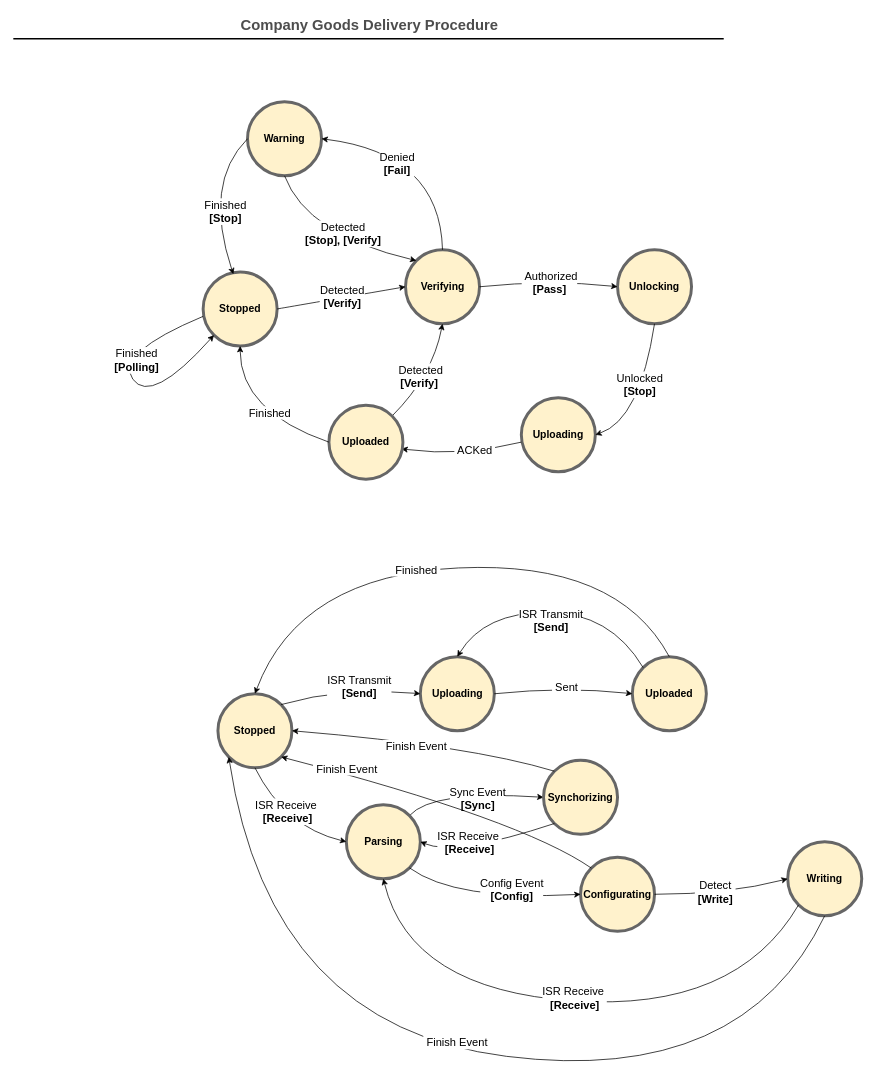
trieu1162000/AESD keeps this draw.io diagram as Docs/overallStateMachine.drawio. Above is the earlier version. Source tidied: cells renumbered, new cells numbered last; positions are measured from the earlier drawing's top-left corner, leaving out a move shared by most shapes. Both pictures are drawn from the tidied source at 74%, with x=0, y=0 at pixel (13, 13).
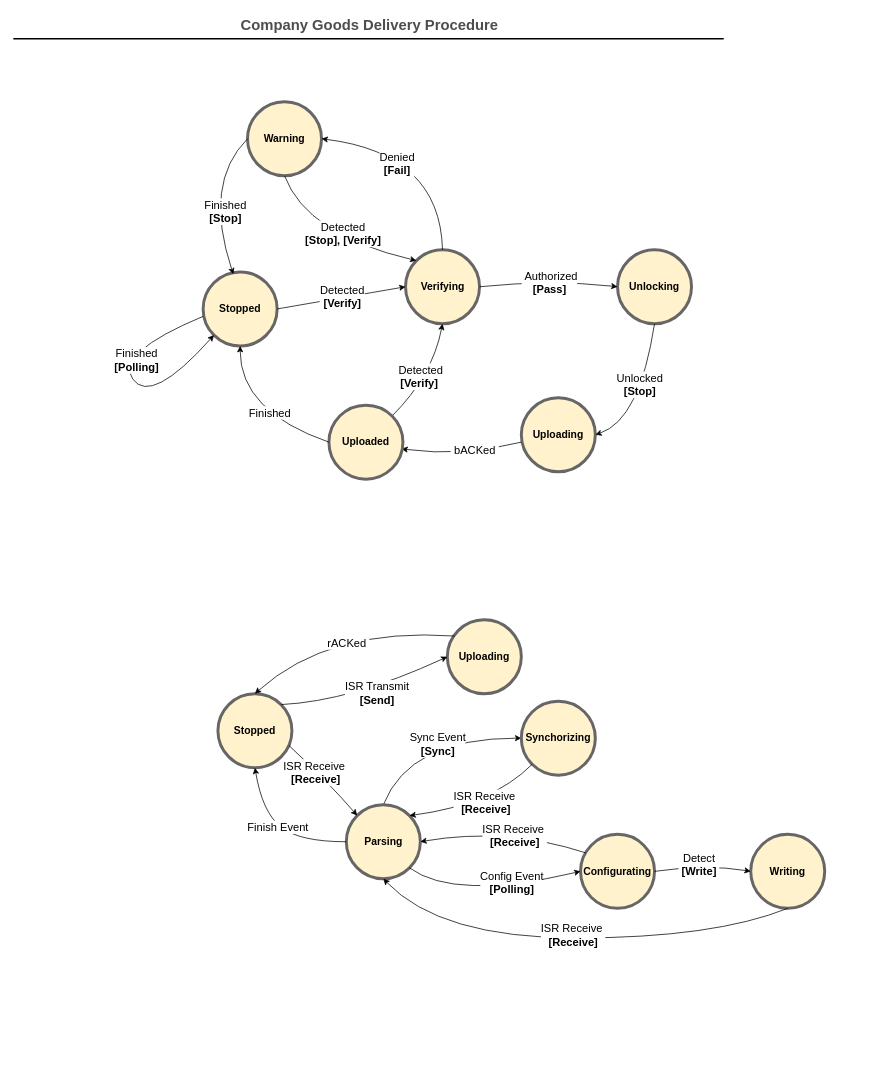
Above is the later version.

The change refers to these unchanged cells:
```xml
<mxCell id="19" style="curved=1;endArrow=classic;html=1;rounded=0;exitX=0;exitY=0.6;exitDx=0;exitDy=0;entryX=0.98;entryY=0.59;entryDx=0;entryDy=0;exitPerimeter=0;entryPerimeter=0;" parent="1" edge="1" source="5" target="60">
  <mxGeometry relative="1" as="geometry">
    <Array as="points">
      <mxPoint x="606" y="600" />
    </Array>
  </mxGeometry>
</mxCell>
<mxCell id="27" value="&lt;font style=&quot;font-size: 14px;&quot;&gt;&lt;b&gt;Stopped&lt;/b&gt;&lt;/font&gt;" style="ellipse;whiteSpace=wrap;html=1;strokeWidth=4;fillColor=#fff2cc;strokeColor=#666666;" parent="1" vertex="1">
  <mxGeometry x="276" y="920" width="100" height="100" as="geometry" />
</mxCell>
<mxCell id="38" value="&lt;span style=&quot;font-size: 14px;&quot;&gt;&lt;b&gt;Parsing&lt;/b&gt;&lt;/span&gt;" style="ellipse;whiteSpace=wrap;html=1;strokeWidth=4;fillColor=#fff2cc;strokeColor=#666666;" parent="1" vertex="1">
  <mxGeometry x="449.5" y="1070" width="100" height="100" as="geometry" />
</mxCell>
<mxCell id="43" style="curved=1;endArrow=classic;html=1;rounded=0;exitX=1;exitY=1;exitDx=0;exitDy=0;entryX=0;entryY=0.5;entryDx=0;entryDy=0;" parent="1" edge="1" source="38" target="40">
  <mxGeometry relative="1" as="geometry">
    <Array as="points">
      <mxPoint x="596" y="1200" />
    </Array>
  </mxGeometry>
</mxCell>
```

Diff of the diagram source:
```diff
@@
-    <mxCell id="20" value="&lt;font style=&quot;font-size: 15px;&quot;&gt;&amp;nbsp;ACKed&amp;nbsp;&lt;br&gt;&lt;/font&gt;" style="edgeLabel;html=1;align=center;verticalAlign=middle;" parent="19" vertex="1">
+    <mxCell id="20" value="&lt;font style=&quot;font-size: 15px;&quot;&gt;&amp;nbsp;bACKed&amp;nbsp;&lt;br&gt;&lt;/font&gt;" style="edgeLabel;html=1;align=center;verticalAlign=middle;" parent="19" vertex="1">
       <mxGeometry x="0.05" y="5" relative="1" as="geometry">
         <mxPoint x="22" y="-14" as="offset" />
       </mxGeometry>
     </mxCell>
@@
-    <mxCell id="25" value="&lt;font style=&quot;font-size: 14px;&quot;&gt;&lt;b&gt;Uploaded&lt;/b&gt;&lt;/font&gt;" style="ellipse;whiteSpace=wrap;html=1;strokeWidth=4;fillColor=#fff2cc;strokeColor=#666666;" parent="1" vertex="1">
-      <mxGeometry x="836" y="870" width="100" height="100" as="geometry" />
-    </mxCell>
     <mxCell id="26" value="&lt;font style=&quot;font-size: 14px;&quot;&gt;&lt;b&gt;Uploading&lt;/b&gt;&lt;/font&gt;" style="ellipse;whiteSpace=wrap;html=1;strokeWidth=4;fillColor=#fff2cc;strokeColor=#666666;" parent="1" vertex="1">
-      <mxGeometry x="549.5" y="870" width="100" height="100" as="geometry" />
+      <mxGeometry x="586" y="820" width="100" height="100" as="geometry" />
     </mxCell>
@@
-    <mxCell id="28" style="curved=1;endArrow=classic;html=1;rounded=0;exitX=1;exitY=0.5;exitDx=0;exitDy=0;entryX=0;entryY=0.5;entryDx=0;entryDy=0;" parent="1" edge="1" source="26" target="25">
+    <mxCell id="28" style="curved=1;endArrow=classic;html=1;rounded=0;exitX=0.1;exitY=0.22;exitDx=0;exitDy=0;exitPerimeter=0;" parent="1" edge="1" source="26">
       <mxGeometry relative="1" as="geometry">
+        <mxPoint x="326" y="920" as="targetPoint" />
         <Array as="points">
-          <mxPoint x="746" y="910" />
+          <mxPoint x="426" y="830" />
         </Array>
       </mxGeometry>
     </mxCell>
-    <mxCell id="29" value="&lt;span style=&quot;font-size: 15px;&quot;&gt;&amp;nbsp;Sent&amp;nbsp;&lt;br&gt;&lt;/span&gt;" style="edgeLabel;html=1;align=center;verticalAlign=middle;" parent="28" vertex="1">
+    <mxCell id="29" value="&lt;span style=&quot;font-size: 15px;&quot;&gt;&amp;nbsp;rACKed&amp;nbsp;&lt;br&gt;&lt;/span&gt;" style="edgeLabel;html=1;align=center;verticalAlign=middle;" parent="28" vertex="1">
       <mxGeometry x="0.01" y="2" relative="1" as="geometry">
-        <mxPoint x="3" y="2" as="offset" />
+        <mxPoint x="7" y="17" as="offset" />
       </mxGeometry>
     </mxCell>
     <mxCell id="30" style="curved=1;endArrow=classic;html=1;rounded=0;exitX=1;exitY=0;exitDx=0;exitDy=0;entryX=0;entryY=0.5;entryDx=0;entryDy=0;" parent="1" edge="1" source="27" target="26">
       <mxGeometry relative="1" as="geometry">
         <Array as="points">
-          <mxPoint x="446" y="910" />
+          <mxPoint x="456" y="930" />
         </Array>
       </mxGeometry>
     </mxCell>
@@
-    <mxCell id="32" style="curved=1;endArrow=classic;html=1;rounded=0;exitX=1;exitY=0;exitDx=0;exitDy=0;entryX=0;entryY=0.5;entryDx=0;entryDy=0;" parent="1" edge="1" source="38" target="39">
+    <mxCell id="32" style="curved=1;endArrow=classic;html=1;rounded=0;exitX=0.5;exitY=0;exitDx=0;exitDy=0;entryX=0;entryY=0.5;entryDx=0;entryDy=0;" parent="1" edge="1" source="38" target="39">
       <mxGeometry relative="1" as="geometry">
         <Array as="points">
-          <mxPoint x="566" y="1050" />
+          <mxPoint x="535" y="980" />
         </Array>
       </mxGeometry>
     </mxCell>
@@
-    <mxCell id="34" style="curved=1;endArrow=classic;html=1;rounded=0;exitX=0.5;exitY=0;exitDx=0;exitDy=0;entryX=0.5;entryY=0;entryDx=0;entryDy=0;" parent="1" edge="1" source="25" target="27">
-      <mxGeometry relative="1" as="geometry">
-        <Array as="points">
-          <mxPoint x="816" y="740" />
-          <mxPoint x="386" y="760" />
-        </Array>
-      </mxGeometry>
-    </mxCell>
-    <mxCell id="35" value="&lt;font style=&quot;font-size: 15px;&quot;&gt;&amp;nbsp;Finished&amp;nbsp;&lt;br&gt;&lt;/font&gt;" style="edgeLabel;html=1;align=center;verticalAlign=middle;" parent="34" vertex="1">
-      <mxGeometry x="0.05" y="5" relative="1" as="geometry">
-        <mxPoint x="-28" y="-5" as="offset" />
-      </mxGeometry>
-    </mxCell>
-    <mxCell id="36" style="curved=1;endArrow=classic;html=1;rounded=0;entryX=0.5;entryY=0;entryDx=0;entryDy=0;exitX=0;exitY=0;exitDx=0;exitDy=0;" parent="1" edge="1" source="25" target="26">
-      <mxGeometry relative="1" as="geometry">
-        <Array as="points">
-          <mxPoint x="806" y="810" />
-          <mxPoint x="636" y="810" />
-        </Array>
-      </mxGeometry>
-    </mxCell>
-    <mxCell id="37" value="&lt;span style=&quot;font-size: 15px;&quot;&gt;ISR Transmit&lt;br&gt;&lt;b&gt;[Send]&lt;/b&gt;&lt;br&gt;&lt;/span&gt;" style="edgeLabel;html=1;align=center;verticalAlign=middle;" parent="36" vertex="1">
-      <mxGeometry x="0.01" y="2" relative="1" as="geometry">
-        <mxPoint x="-2" y="8" as="offset" />
-      </mxGeometry>
-    </mxCell>
@@
     <mxCell id="39" value="&lt;span style=&quot;font-size: 14px;&quot;&gt;&lt;b&gt;Synchorizing&lt;/b&gt;&lt;/span&gt;" style="ellipse;whiteSpace=wrap;html=1;strokeWidth=4;fillColor=#fff2cc;strokeColor=#666666;" parent="1" vertex="1">
-      <mxGeometry x="716" y="1010" width="100" height="100" as="geometry" />
+      <mxGeometry x="686" y="930" width="100" height="100" as="geometry" />
     </mxCell>
     <mxCell id="40" value="&lt;span style=&quot;font-size: 14px;&quot;&gt;&lt;b&gt;Configurating&lt;/b&gt;&lt;/span&gt;" style="ellipse;whiteSpace=wrap;html=1;strokeWidth=4;fillColor=#fff2cc;strokeColor=#666666;" parent="1" vertex="1">
-      <mxGeometry x="766" y="1141" width="100" height="100" as="geometry" />
+      <mxGeometry x="766" y="1110" width="100" height="100" as="geometry" />
     </mxCell>
-    <mxCell id="41" style="curved=1;endArrow=classic;html=1;rounded=0;exitX=0.5;exitY=1;exitDx=0;exitDy=0;entryX=0;entryY=0.5;entryDx=0;entryDy=0;" parent="1" edge="1" source="27" target="38">
+    <mxCell id="41" style="curved=1;endArrow=classic;html=1;rounded=0;exitX=0.96;exitY=0.7;exitDx=0;exitDy=0;entryX=0;entryY=0;entryDx=0;entryDy=0;exitPerimeter=0;" parent="1" edge="1" source="27" target="38">
       <mxGeometry relative="1" as="geometry">
         <Array as="points">
-          <mxPoint x="366" y="1100" />
+          <mxPoint x="426" y="1040" />
         </Array>
       </mxGeometry>
     </mxCell>
     <mxCell id="42" value="&lt;span style=&quot;font-size: 15px;&quot;&gt;ISR Receive&amp;nbsp;&lt;br&gt;&lt;b&gt;[Receive]&lt;/b&gt;&lt;br&gt;&lt;/span&gt;" style="edgeLabel;html=1;align=center;verticalAlign=middle;" parent="41" vertex="1">
       <mxGeometry x="0.01" y="2" relative="1" as="geometry">
-        <mxPoint x="3" y="-19" as="offset" />
+        <mxPoint x="-15" y="-9" as="offset" />
       </mxGeometry>
     </mxCell>
@@
-    <mxCell id="44" value="&lt;font style=&quot;font-size: 15px;&quot;&gt;Config Event&lt;br&gt;&lt;b&gt;&amp;nbsp;[Config]&amp;nbsp;&lt;/b&gt;&lt;br&gt;&lt;/font&gt;" style="edgeLabel;html=1;align=center;verticalAlign=middle;" parent="43" vertex="1">
+    <mxCell id="44" value="&lt;font style=&quot;font-size: 15px;&quot;&gt;Config Event&lt;br&gt;&lt;b&gt;&amp;nbsp;[Polling]&amp;nbsp;&lt;/b&gt;&lt;br&gt;&lt;/font&gt;" style="edgeLabel;html=1;align=center;verticalAlign=middle;" parent="43" vertex="1">
       <mxGeometry x="0.05" y="5" relative="1" as="geometry">
-        <mxPoint x="24" y="-9" as="offset" />
+        <mxPoint x="24" y="-8" as="offset" />
       </mxGeometry>
     </mxCell>
     <mxCell id="45" value="&lt;span style=&quot;font-size: 14px;&quot;&gt;&lt;b&gt;Writing&lt;/b&gt;&lt;/span&gt;" style="ellipse;whiteSpace=wrap;html=1;strokeWidth=4;fillColor=#fff2cc;strokeColor=#666666;" parent="1" vertex="1">
-      <mxGeometry x="1046" y="1120" width="100" height="100" as="geometry" />
+      <mxGeometry x="996" y="1110" width="100" height="100" as="geometry" />
     </mxCell>
     <mxCell id="46" style="curved=1;endArrow=classic;html=1;rounded=0;exitX=1;exitY=0.5;exitDx=0;exitDy=0;entryX=0;entryY=0.5;entryDx=0;entryDy=0;" parent="1" edge="1" source="40" target="45">
       <mxGeometry relative="1" as="geometry">
         <Array as="points">
-          <mxPoint x="966" y="1191" />
+          <mxPoint x="936" y="1150" />
         </Array>
       </mxGeometry>
     </mxCell>
     <mxCell id="47" value="&lt;font style=&quot;font-size: 15px;&quot;&gt;Detect&lt;br&gt;&lt;b&gt;&amp;nbsp;[Write]&amp;nbsp;&lt;/b&gt;&lt;br&gt;&lt;/font&gt;" style="edgeLabel;html=1;align=center;verticalAlign=middle;" parent="46" vertex="1">
       <mxGeometry x="0.05" y="5" relative="1" as="geometry">
-        <mxPoint x="-15" y="1" as="offset" />
+        <mxPoint x="-8" y="5" as="offset" />
       </mxGeometry>
     </mxCell>
-    <mxCell id="48" style="curved=1;endArrow=classic;html=1;rounded=0;exitX=0;exitY=1;exitDx=0;exitDy=0;entryX=0.5;entryY=1;entryDx=0;entryDy=0;" parent="1" edge="1" source="45" target="38">
+    <mxCell id="48" style="curved=1;endArrow=classic;html=1;rounded=0;exitX=0.5;exitY=1;exitDx=0;exitDy=0;entryX=0.5;entryY=1;entryDx=0;entryDy=0;" parent="1" edge="1" source="45" target="38">
       <mxGeometry relative="1" as="geometry">
         <Array as="points">
-          <mxPoint x="976" y="1350" />
-          <mxPoint x="536" y="1320" />
+          <mxPoint x="946" y="1250" />
+          <mxPoint x="576" y="1250" />
         </Array>
       </mxGeometry>
     </mxCell>
@@
-    <mxCell id="50" style="curved=1;endArrow=classic;html=1;rounded=0;exitX=0.5;exitY=1;exitDx=0;exitDy=0;entryX=0;entryY=1;entryDx=0;entryDy=0;" parent="1" edge="1" source="45" target="27">
+    <mxCell id="50" style="curved=1;endArrow=classic;html=1;rounded=0;entryX=0.5;entryY=1;entryDx=0;entryDy=0;exitX=0;exitY=0.5;exitDx=0;exitDy=0;" parent="1" edge="1" source="38" target="27">
       <mxGeometry relative="1" as="geometry">
         <Array as="points">
-          <mxPoint x="986" y="1450" />
-          <mxPoint x="346" y="1370" />
+          <mxPoint x="386" y="1120" />
+          <mxPoint x="336" y="1080" />
         </Array>
       </mxGeometry>
     </mxCell>
     <mxCell id="51" value="&lt;font style=&quot;font-size: 15px;&quot;&gt;&amp;nbsp;Finish Event&amp;nbsp;&lt;br&gt;&lt;/font&gt;" style="edgeLabel;html=1;align=center;verticalAlign=middle;" parent="50" vertex="1">
       <mxGeometry x="0.05" y="5" relative="1" as="geometry">
-        <mxPoint x="21" y="-13" as="offset" />
+        <mxPoint x="1" y="-2" as="offset" />
       </mxGeometry>
     </mxCell>
-    <mxCell id="52" style="curved=1;endArrow=classic;html=1;rounded=0;exitX=0;exitY=0;exitDx=0;exitDy=0;entryX=1;entryY=1;entryDx=0;entryDy=0;" parent="1" edge="1" source="40" target="27">
+    <mxCell id="52" style="curved=1;endArrow=classic;html=1;rounded=0;exitX=0.07;exitY=0.25;exitDx=0;exitDy=0;entryX=1;entryY=0.5;entryDx=0;entryDy=0;exitPerimeter=0;" parent="1" edge="1" source="40" target="38">
       <mxGeometry relative="1" as="geometry">
         <Array as="points">
-          <mxPoint x="686" y="1090" />
+          <mxPoint x="666" y="1100" />
         </Array>
       </mxGeometry>
     </mxCell>
-    <mxCell id="53" value="&lt;font style=&quot;font-size: 15px;&quot;&gt;&amp;nbsp;Finish Event&amp;nbsp;&lt;br&gt;&lt;/font&gt;" style="edgeLabel;html=1;align=center;verticalAlign=middle;" parent="52" vertex="1">
-      <mxGeometry x="0.05" y="5" relative="1" as="geometry">
-        <mxPoint x="-117" y="-44" as="offset" />
-      </mxGeometry>
-    </mxCell>
-    <mxCell id="54" style="curved=1;endArrow=classic;html=1;rounded=0;exitX=0;exitY=0;exitDx=0;exitDy=0;entryX=1;entryY=0.5;entryDx=0;entryDy=0;" parent="1" edge="1" source="39" target="27">
-      <mxGeometry relative="1" as="geometry">
-        <Array as="points">
-          <mxPoint x="616" y="990" />
-        </Array>
-      </mxGeometry>
-    </mxCell>
-    <mxCell id="55" value="&lt;font style=&quot;font-size: 15px;&quot;&gt;&amp;nbsp;Finish Event&amp;nbsp;&lt;br&gt;&lt;/font&gt;" style="edgeLabel;html=1;align=center;verticalAlign=middle;" parent="54" vertex="1">
-      <mxGeometry x="0.05" y="5" relative="1" as="geometry">
-        <mxPoint x="-3" y="1" as="offset" />
-      </mxGeometry>
-    </mxCell>
-    <mxCell id="56" style="curved=1;endArrow=classic;html=1;rounded=0;exitX=0;exitY=1;exitDx=0;exitDy=0;entryX=1;entryY=0.5;entryDx=0;entryDy=0;" parent="1" edge="1" source="39" target="38">
+    <mxCell id="56" style="curved=1;endArrow=classic;html=1;rounded=0;exitX=0;exitY=1;exitDx=0;exitDy=0;entryX=1;entryY=0;entryDx=0;entryDy=0;" parent="1" edge="1" source="39" target="38">
       <mxGeometry relative="1" as="geometry">
         <Array as="points">
-          <mxPoint x="596" y="1140" />
+          <mxPoint x="646" y="1070" />
         </Array>
       </mxGeometry>
     </mxCell>
     <mxCell id="57" value="&lt;span style=&quot;font-size: 15px;&quot;&gt;ISR Receive&amp;nbsp;&lt;br&gt;&lt;b&gt;[Receive]&lt;/b&gt;&lt;br&gt;&lt;/span&gt;" style="edgeLabel;html=1;align=center;verticalAlign=middle;" parent="56" vertex="1">
       <mxGeometry x="0.01" y="2" relative="1" as="geometry">
-        <mxPoint x="-24" y="-7" as="offset" />
+        <mxPoint x="10" y="-8" as="offset" />
       </mxGeometry>
     </mxCell>
@@
+    <mxCell id="63" value="&lt;span style=&quot;font-size: 15px;&quot;&gt;ISR Receive&amp;nbsp;&lt;br&gt;&lt;b&gt;[Receive]&lt;/b&gt;&lt;br&gt;&lt;/span&gt;" style="edgeLabel;html=1;align=center;verticalAlign=middle;" parent="1" vertex="1">
+      <mxGeometry x="676" y="1110" as="geometry" />
+    </mxCell>
```
